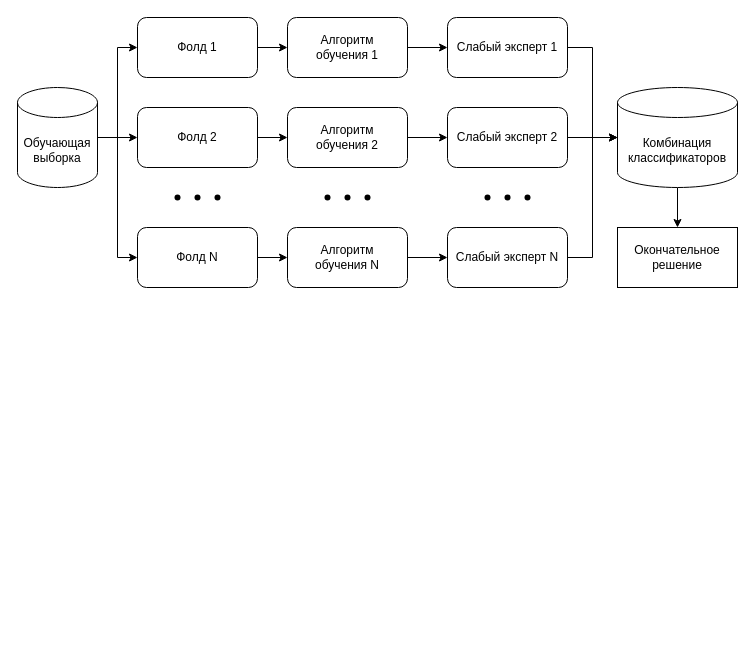
Before: page "bagging" (10 of 19) of docs/drawio/research-schemas.drawio in migregal/bmstu-iu7-thesis, a draw.io diagram. Source tidied: cells renumbered, new cells numbered last; positions are measured from the earlier drawing's top-left corner, leaving out a move shared by most shapes. Both pictures are drawn from the tidied source at 100%, with x=0, y=0 at pixel (17, 17).
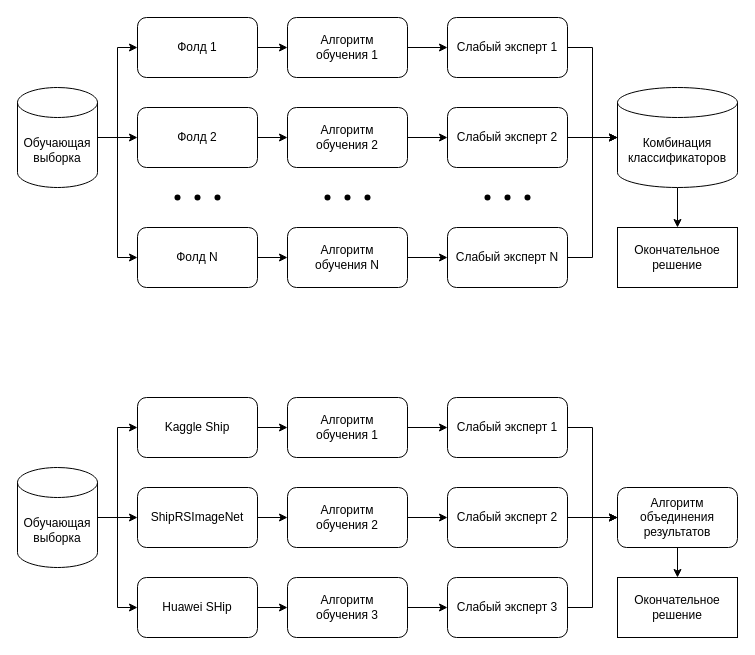
Above is the later version.

Diff of the diagram source:
```diff
@@
+    <mxCell id="39" style="edgeStyle=orthogonalEdgeStyle;rounded=0;jettySize=auto;html=1;entryX=0;entryY=0.5;entryDx=0;entryDy=0;" parent="1" edge="1" source="42" target="50">
+      <mxGeometry relative="1" as="geometry" />
+    </mxCell>
+    <mxCell id="40" style="edgeStyle=orthogonalEdgeStyle;rounded=0;jettySize=auto;html=1;entryX=0;entryY=0.5;entryDx=0;entryDy=0;" parent="1" edge="1" source="42" target="44">
+      <mxGeometry relative="1" as="geometry" />
+    </mxCell>
+    <mxCell id="41" style="edgeStyle=orthogonalEdgeStyle;rounded=0;jettySize=auto;html=1;entryX=0;entryY=0.5;entryDx=0;entryDy=0;" parent="1" edge="1" source="42" target="57">
+      <mxGeometry relative="1" as="geometry" />
+    </mxCell>
+    <mxCell id="42" value="Обучающая&lt;br&gt;выборка" style="shape=cylinder3;whiteSpace=wrap;html=1;boundedLbl=1;backgroundOutline=1;size=15;" parent="1" vertex="1">
+      <mxGeometry y="450" width="80" height="100" as="geometry" />
+    </mxCell>
+    <mxCell id="43" style="edgeStyle=orthogonalEdgeStyle;rounded=0;jettySize=auto;html=1;entryX=0;entryY=0.5;entryDx=0;entryDy=0;" parent="1" edge="1" source="44" target="46">
+      <mxGeometry relative="1" as="geometry" />
+    </mxCell>
+    <mxCell id="44" value="Kaggle Ship" style="rounded=1;whiteSpace=wrap;html=1;" parent="1" vertex="1">
+      <mxGeometry x="120" y="380" width="120" height="60" as="geometry" />
+    </mxCell>
+    <mxCell id="45" style="edgeStyle=orthogonalEdgeStyle;rounded=0;jettySize=auto;html=1;entryX=0;entryY=0.5;entryDx=0;entryDy=0;" parent="1" edge="1" source="46" target="48">
+      <mxGeometry relative="1" as="geometry" />
+    </mxCell>
+    <mxCell id="46" value="Алгоритм&lt;br&gt;обучения 1" style="rounded=1;whiteSpace=wrap;html=1;" parent="1" vertex="1">
+      <mxGeometry x="270" y="380" width="120" height="60" as="geometry" />
+    </mxCell>
+    <mxCell id="47" style="edgeStyle=orthogonalEdgeStyle;rounded=0;jettySize=auto;html=1;entryX=0;entryY=0.5;entryDx=0;entryDy=0;" parent="1" edge="1" source="48" target="63">
+      <mxGeometry relative="1" as="geometry" />
+    </mxCell>
+    <mxCell id="48" value="Слабый эксперт 1" style="rounded=1;whiteSpace=wrap;html=1;" parent="1" vertex="1">
+      <mxGeometry x="430" y="380" width="120" height="60" as="geometry" />
+    </mxCell>
+    <mxCell id="49" style="edgeStyle=orthogonalEdgeStyle;rounded=0;jettySize=auto;html=1;entryX=0;entryY=0.5;entryDx=0;entryDy=0;" parent="1" edge="1" source="50" target="52">
+      <mxGeometry relative="1" as="geometry" />
+    </mxCell>
+    <mxCell id="50" value="ShipRSImageNet" style="rounded=1;whiteSpace=wrap;html=1;" parent="1" vertex="1">
+      <mxGeometry x="120" y="470" width="120" height="60" as="geometry" />
+    </mxCell>
+    <mxCell id="51" style="edgeStyle=orthogonalEdgeStyle;rounded=0;jettySize=auto;html=1;entryX=0;entryY=0.5;entryDx=0;entryDy=0;" parent="1" edge="1" source="52" target="54">
+      <mxGeometry relative="1" as="geometry" />
+    </mxCell>
+    <mxCell id="52" value="Алгоритм&lt;br&gt;обучения 2" style="rounded=1;whiteSpace=wrap;html=1;" parent="1" vertex="1">
+      <mxGeometry x="270" y="470" width="120" height="60" as="geometry" />
+    </mxCell>
+    <mxCell id="53" style="edgeStyle=orthogonalEdgeStyle;rounded=0;jettySize=auto;html=1;entryX=0;entryY=0.5;entryDx=0;entryDy=0;" parent="1" edge="1" source="54" target="63">
+      <mxGeometry relative="1" as="geometry" />
+    </mxCell>
+    <mxCell id="54" value="Слабый эксперт&amp;nbsp;2" style="rounded=1;whiteSpace=wrap;html=1;" parent="1" vertex="1">
+      <mxGeometry x="430" y="470" width="120" height="60" as="geometry" />
+    </mxCell>
+    <mxCell id="55" value="Окончательное решение" style="rounded=0;whiteSpace=wrap;html=1;" parent="1" vertex="1">
+      <mxGeometry x="600" y="560" width="120" height="60" as="geometry" />
+    </mxCell>
+    <mxCell id="56" style="edgeStyle=orthogonalEdgeStyle;rounded=0;jettySize=auto;html=1;entryX=0;entryY=0.5;entryDx=0;entryDy=0;" parent="1" edge="1" source="57" target="59">
+      <mxGeometry relative="1" as="geometry" />
+    </mxCell>
+    <mxCell id="57" value="Huawei SHip" style="rounded=1;whiteSpace=wrap;html=1;" parent="1" vertex="1">
+      <mxGeometry x="120" y="560" width="120" height="60" as="geometry" />
+    </mxCell>
+    <mxCell id="58" style="edgeStyle=orthogonalEdgeStyle;rounded=0;jettySize=auto;html=1;entryX=0;entryY=0.5;entryDx=0;entryDy=0;" parent="1" edge="1" source="59" target="61">
+      <mxGeometry relative="1" as="geometry" />
+    </mxCell>
+    <mxCell id="59" value="Алгоритм&lt;br&gt;обучения 3" style="rounded=1;whiteSpace=wrap;html=1;" parent="1" vertex="1">
+      <mxGeometry x="270" y="560" width="120" height="60" as="geometry" />
+    </mxCell>
+    <mxCell id="60" style="edgeStyle=orthogonalEdgeStyle;rounded=0;jettySize=auto;html=1;entryX=0;entryY=0.5;entryDx=0;entryDy=0;" parent="1" edge="1" source="61" target="63">
+      <mxGeometry relative="1" as="geometry" />
+    </mxCell>
+    <mxCell id="61" value="Слабый эксперт 3" style="rounded=1;whiteSpace=wrap;html=1;" parent="1" vertex="1">
+      <mxGeometry x="430" y="560" width="120" height="60" as="geometry" />
+    </mxCell>
+    <mxCell id="62" style="edgeStyle=orthogonalEdgeStyle;rounded=0;jettySize=auto;html=1;entryX=0.5;entryY=0;entryDx=0;entryDy=0;" parent="1" edge="1" source="63" target="55">
+      <mxGeometry relative="1" as="geometry" />
+    </mxCell>
+    <mxCell id="63" value="Алгоритм объединения результатов" style="rounded=1;whiteSpace=wrap;html=1;" parent="1" vertex="1">
+      <mxGeometry x="600" y="470" width="120" height="60" as="geometry" />
+    </mxCell>
```
